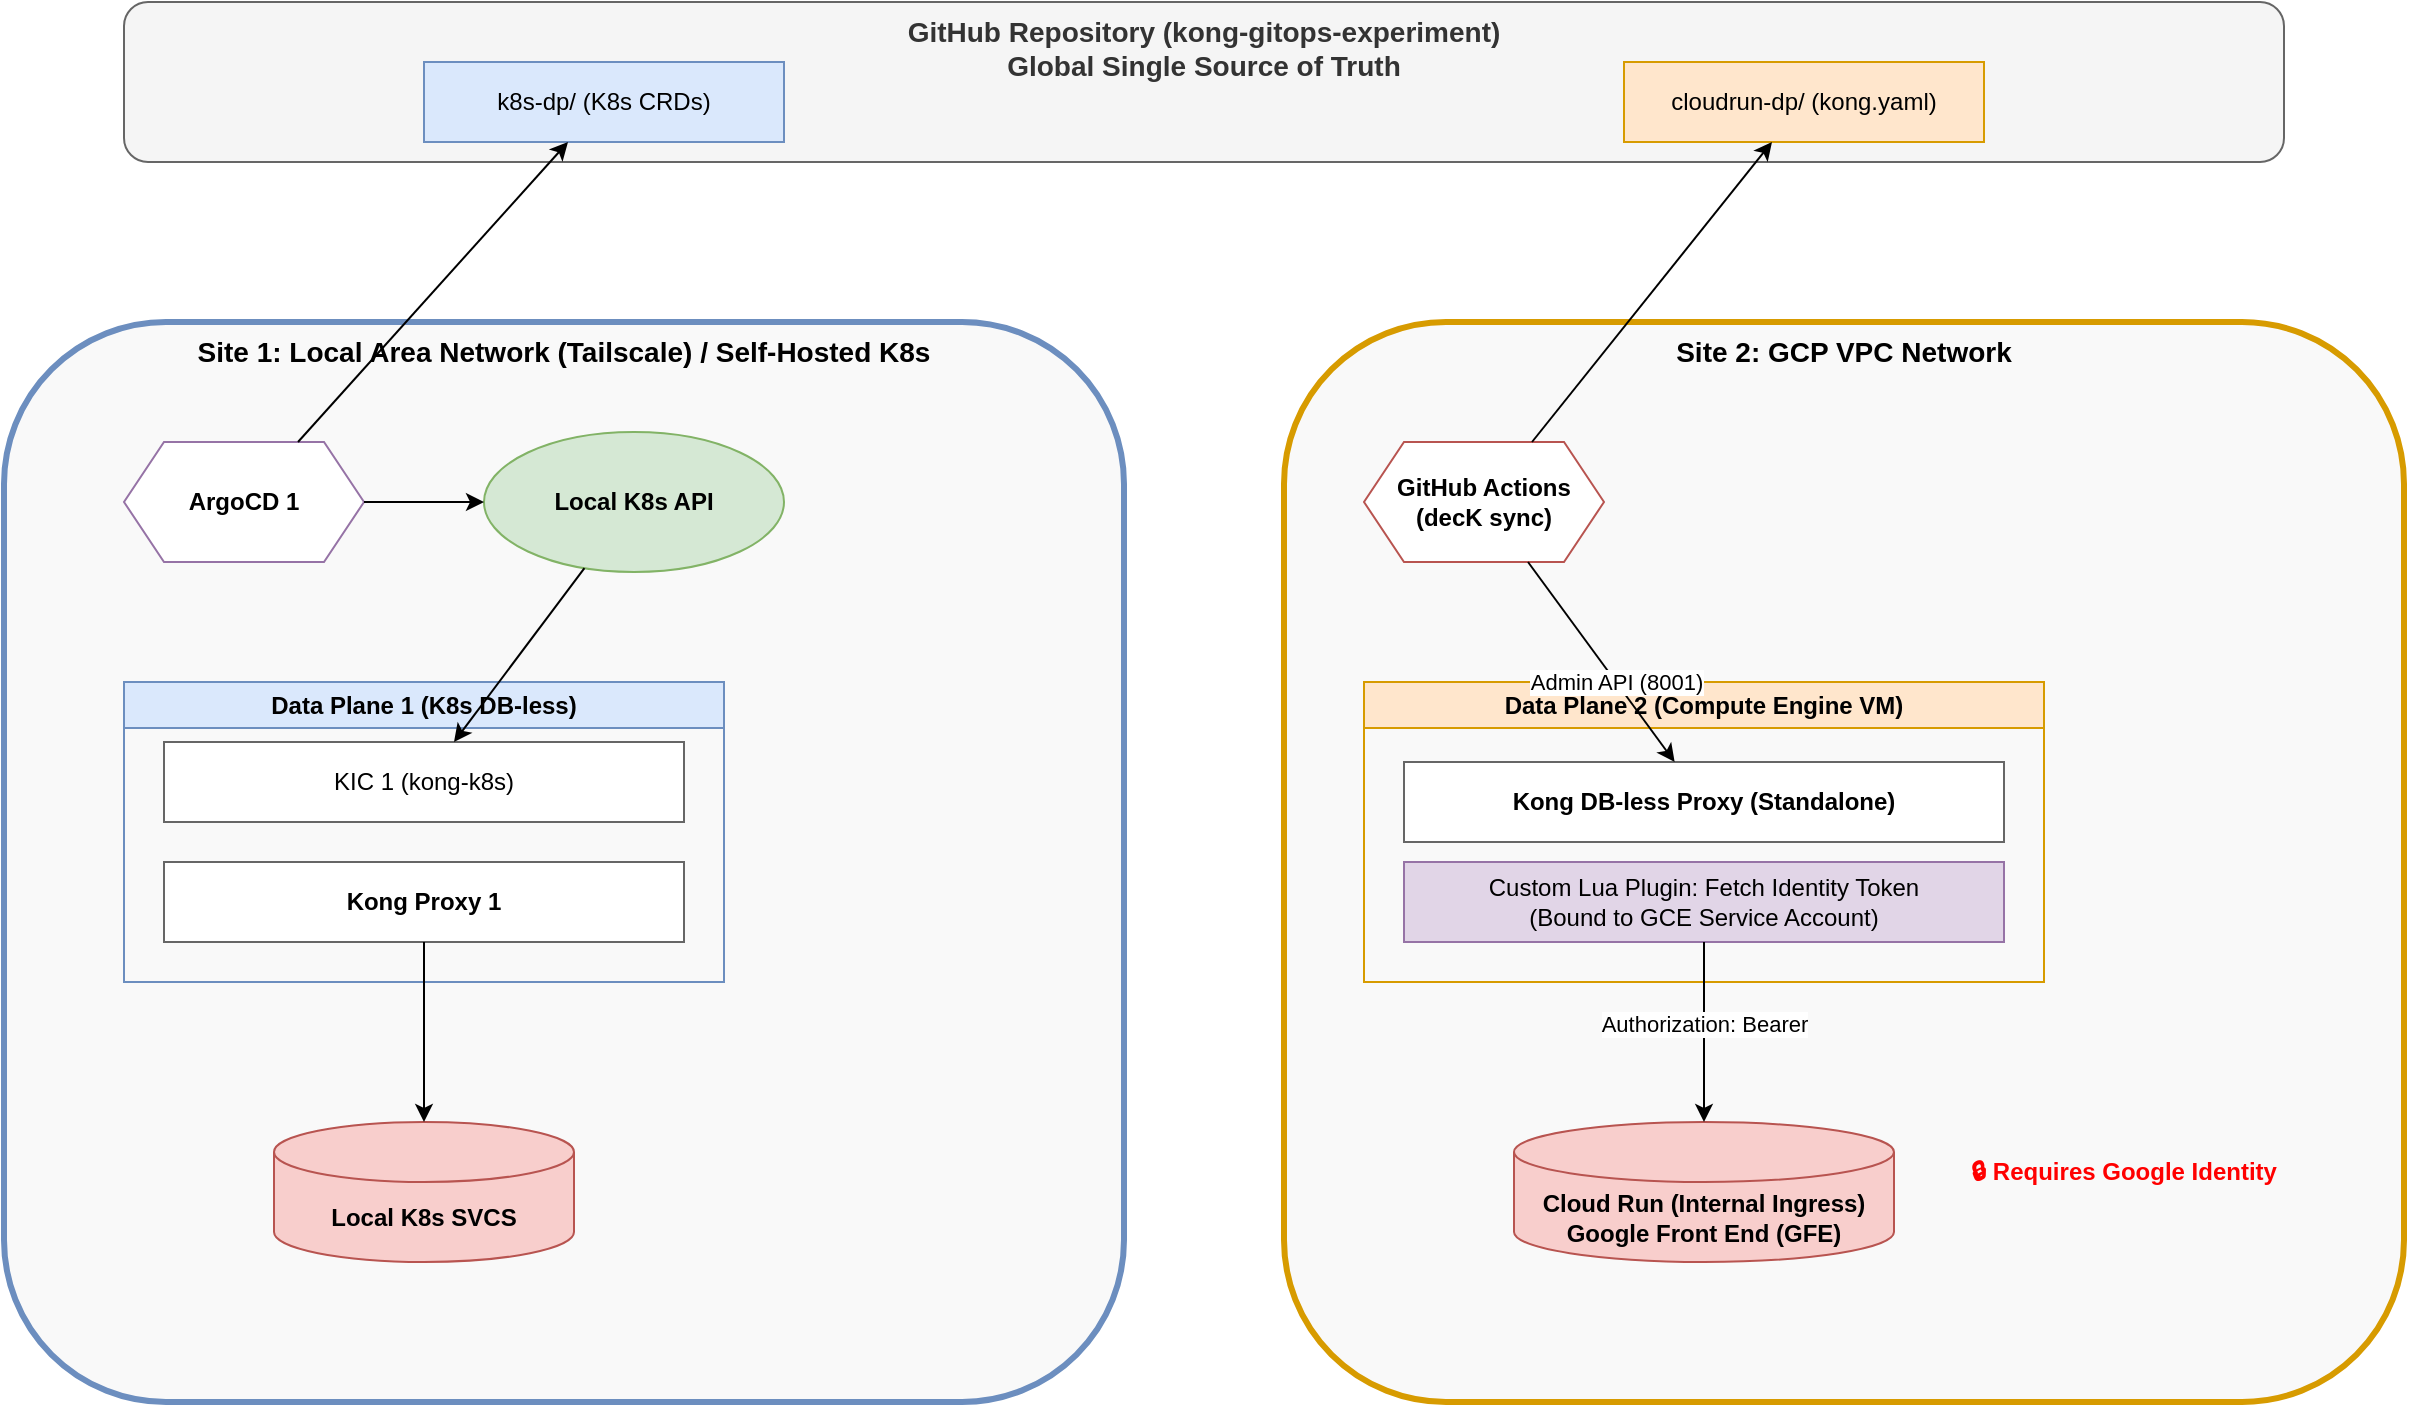
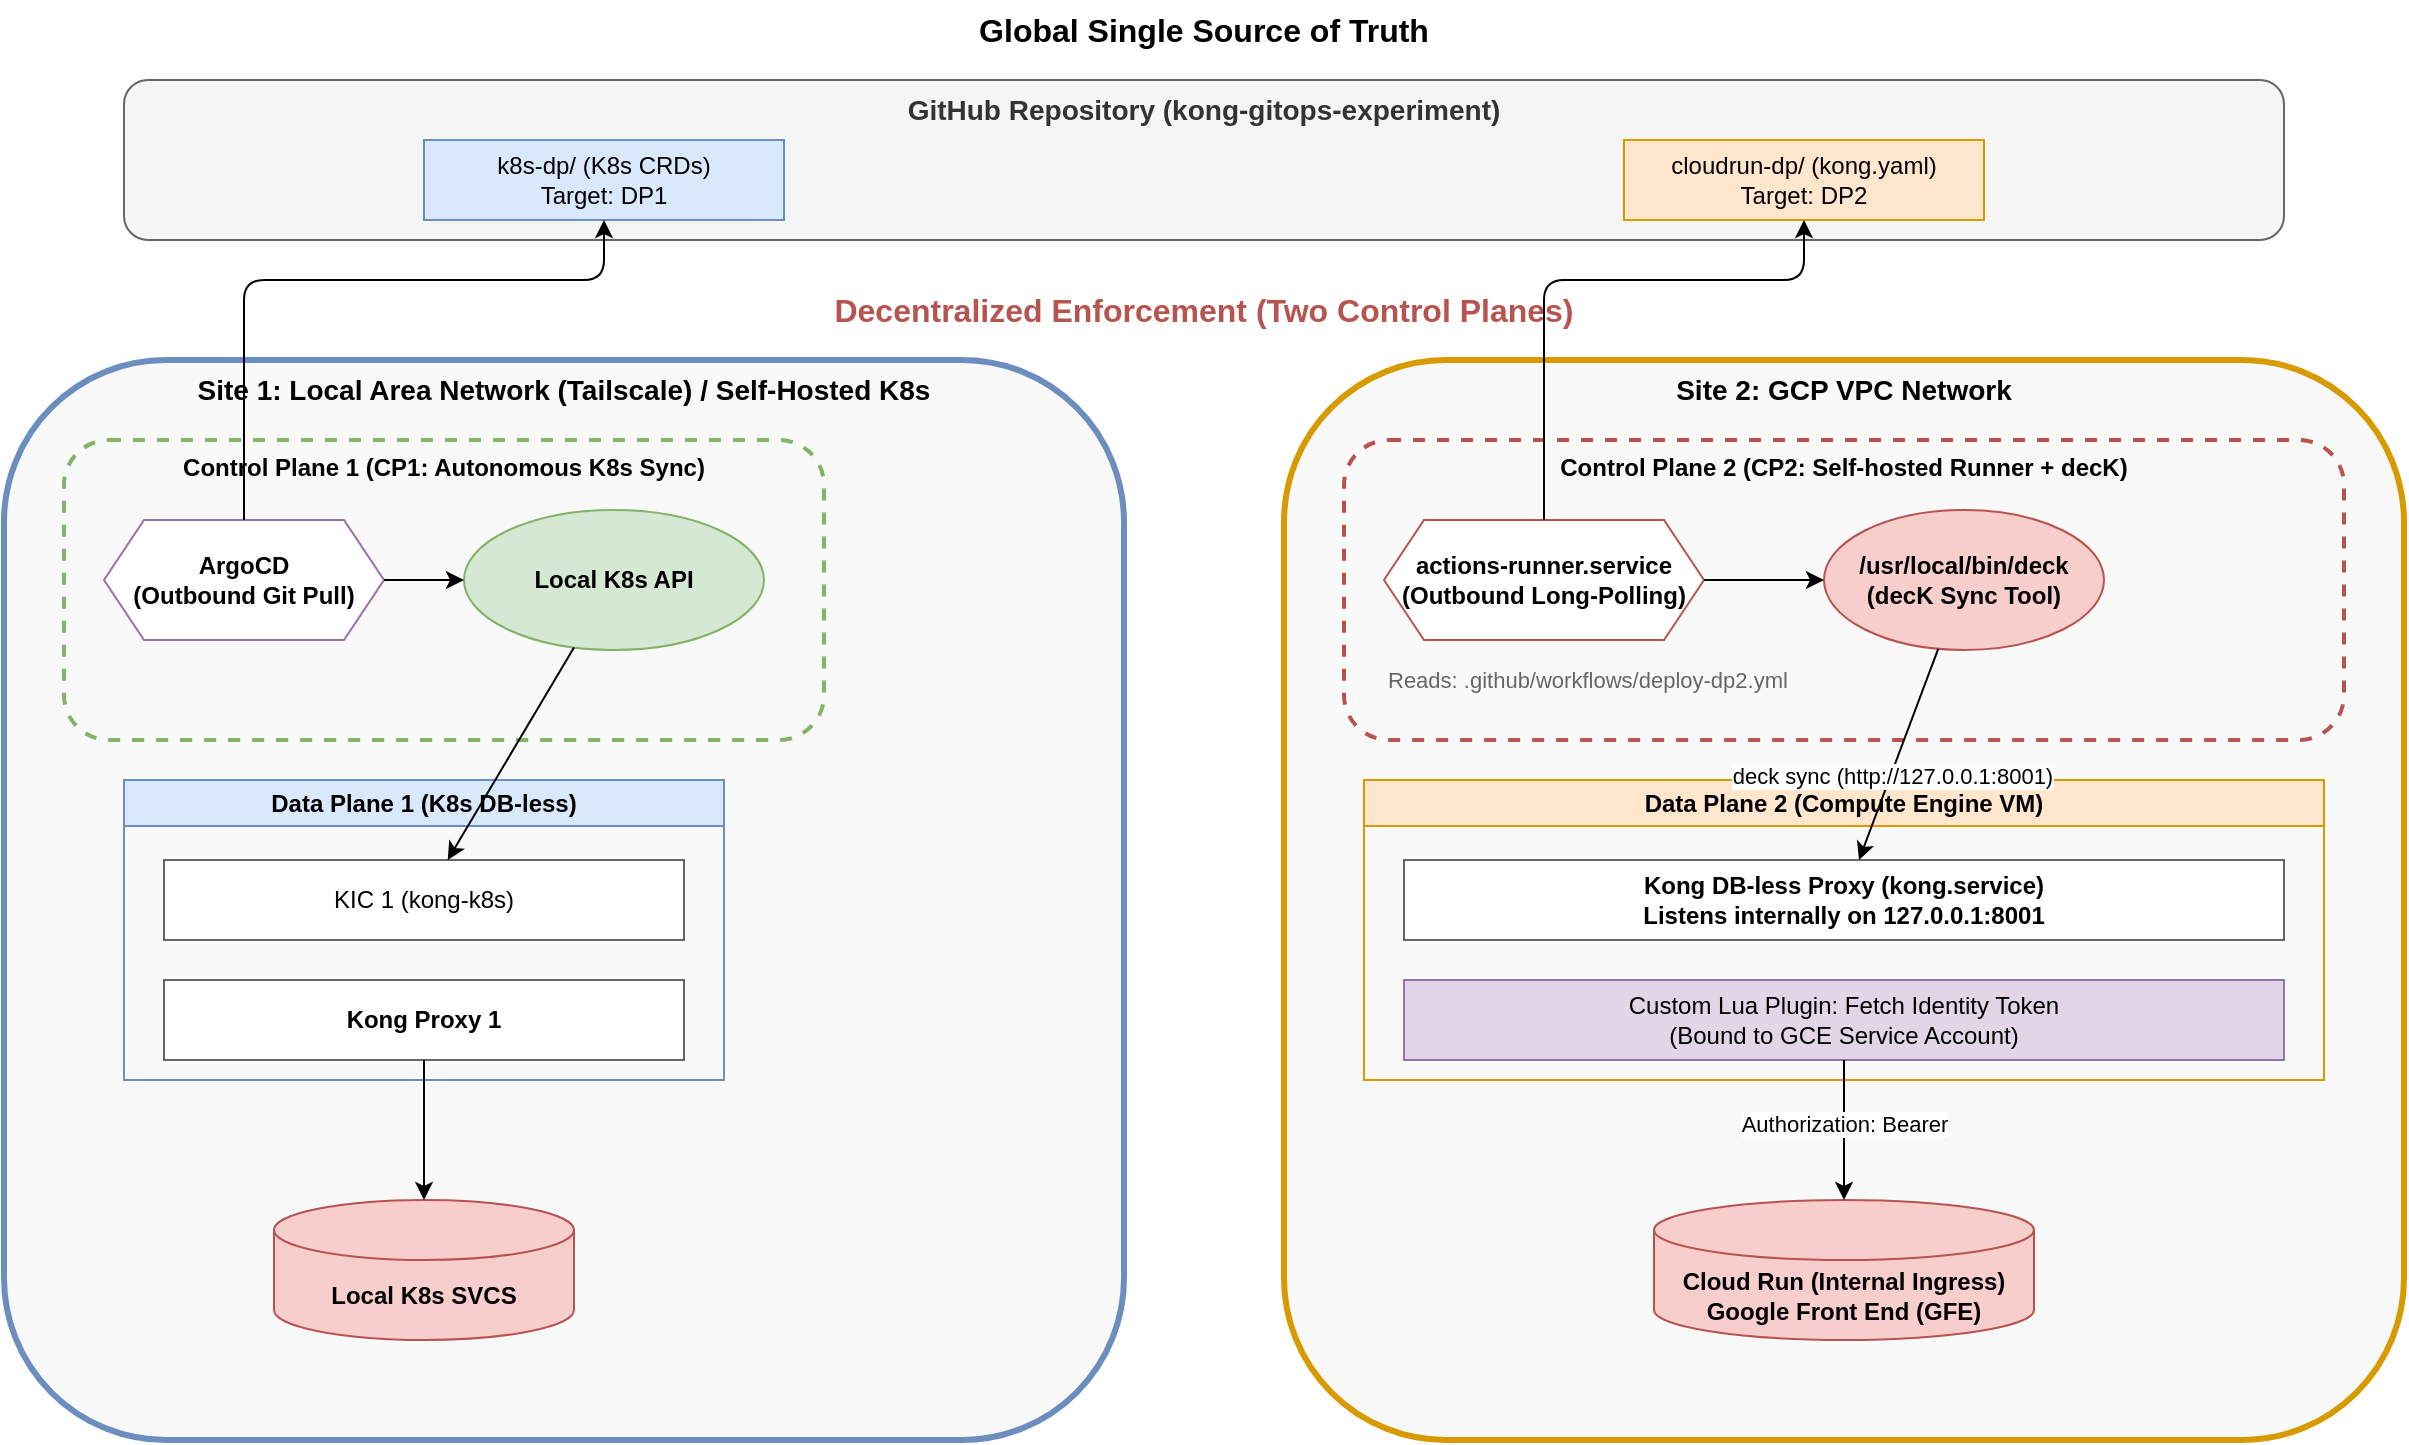
- <mxfile host="Electron" modified="2026-05-26T18:55:00.000Z" agent="Mozilla/5.0" version="22.1.2" type="device">
-   <diagram id="kong-gitops-vm-architecture" name="Architecture">
+ <mxfile host="Electron" modified="2026-05-26T19:20:00.000Z" agent="Mozilla/5.0" version="22.1.2" type="device">
+   <diagram id="kong-gitops-cp-details" name="Architecture">
    <mxGraphModel dx="1434" dy="844" grid="1" gridSize="10" guides="1" tooltips="1" connect="1" arrows="1" fold="1" page="1" pageScale="1" pageWidth="1300" pageHeight="900" math="0" shadow="0">
      <root>
        <mxCell id="0" />
        <mxCell id="1" parent="0" />

-         <!-- GitHub Repo Box (External) -->
-         <mxCell id="github_repo" value="GitHub Repository (kong-gitops-experiment)&#10;Global Single Source of Truth" style="rounded=1;whiteSpace=wrap;html=1;fillColor=#f5f5f5;fontStyle=1;strokeColor=#666666;fontColor=#333333;verticalAlign=top;fontSize=14;" vertex="1" parent="1">
-           <mxGeometry x="100" y="20" width="1080" height="80" as="geometry" />
+         <!-- Global Truth -->
+         <mxCell id="global_truth" value="Global Single Source of Truth" style="text;html=1;strokeColor=none;fillColor=none;align=center;verticalAlign=middle;whiteSpace=wrap;rounded=0;fontStyle=1;fontSize=16;" vertex="1" parent="1">
+           <mxGeometry x="500" y="10" width="280" height="30" as="geometry" />
        </mxCell>

-         <mxCell id="github_k8s_code" value="k8s-dp/ (K8s CRDs)" style="rounded=0;whiteSpace=wrap;html=1;fillColor=#dae8fc;strokeColor=#6c8ebf;" vertex="1" parent="1">
-           <mxGeometry x="250" y="50" width="180" height="40" as="geometry" />
+         <!-- GitHub Repo Box -->
+         <mxCell id="github_repo" value="GitHub Repository (kong-gitops-experiment)" style="rounded=1;whiteSpace=wrap;html=1;fillColor=#f5f5f5;fontStyle=1;strokeColor=#666666;fontColor=#333333;verticalAlign=top;fontSize=14;" vertex="1" parent="1">
+           <mxGeometry x="100" y="50" width="1080" height="80" as="geometry" />
        </mxCell>

-         <mxCell id="github_cr_code" value="cloudrun-dp/ (kong.yaml)" style="rounded=0;whiteSpace=wrap;html=1;fillColor=#ffe6cc;strokeColor=#d79b00;" vertex="1" parent="1">
-           <mxGeometry x="850" y="50" width="180" height="40" as="geometry" />
+         <mxCell id="github_k8s_code" value="k8s-dp/ (K8s CRDs)&#10;Target: DP1" style="rounded=0;whiteSpace=wrap;html=1;fillColor=#dae8fc;strokeColor=#6c8ebf;" vertex="1" parent="1">
+           <mxGeometry x="250" y="80" width="180" height="40" as="geometry" />
        </mxCell>

-         <!-- Tailscale LAN Area (Site 1) -->
-         <mxCell id="lan_cluster" value="Site 1: Local Area Network (Tailscale) / Self-Hosted K8s" style="rounded=1;whiteSpace=wrap;html=1;fillColor=#f9f9f9;strokeColor=#6c8ebf;strokeWidth=3;verticalAlign=top;fontStyle=1;fontSize=14;" vertex="1" parent="1">
-           <mxGeometry x="40" y="180" width="560" height="540" as="geometry" />
+         <mxCell id="github_cr_code" value="cloudrun-dp/ (kong.yaml)&#10;Target: DP2" style="rounded=0;whiteSpace=wrap;html=1;fillColor=#ffe6cc;strokeColor=#d79b00;" vertex="1" parent="1">
+           <mxGeometry x="850" y="80" width="180" height="40" as="geometry" />
        </mxCell>

-         <!-- GCP VPC Area (Site 2) -->
-         <mxCell id="gcp_vpc" value="Site 2: GCP VPC Network" style="rounded=1;whiteSpace=wrap;html=1;fillColor=#f9f9f9;strokeColor=#d79b00;strokeWidth=3;verticalAlign=top;fontStyle=1;fontSize=14;" vertex="1" parent="1">
-           <mxGeometry x="680" y="180" width="560" height="540" as="geometry" />
+         <!-- Decentralized Control Planes Header -->
+         <mxCell id="decentralized_label" value="Decentralized Enforcement (Two Control Planes)" style="text;html=1;strokeColor=none;fillColor=none;align=center;verticalAlign=middle;whiteSpace=wrap;rounded=0;fontStyle=1;fontSize=16;fontColor=#b85450;" vertex="1" parent="1">
+           <mxGeometry x="450" y="150" width="380" height="30" as="geometry" />
        </mxCell>

-         <!-- LAN ArgoCD & API -->
-         <mxCell id="lan_argocd" value="ArgoCD 1" style="shape=hexagon;perimeter=hexagonPerimeter2;whiteSpace=wrap;html=1;fixedSize=1;fillColor=#ffffff;strokeColor=#9673a6;fontStyle=1" vertex="1" parent="1">
-           <mxGeometry x="100" y="240" width="120" height="60" as="geometry" />
-         </mxCell>
-         <mxCell id="lan_api" value="Local K8s API" style="ellipse;whiteSpace=wrap;html=1;fillColor=#d5e8d4;strokeColor=#82b366;fontStyle=1" vertex="1" parent="1">
-           <mxGeometry x="280" y="235" width="150" height="70" as="geometry" />
+         <!-- Site 1: LAN -->
+         <mxCell id="lan_cluster" value="Site 1: Local Area Network (Tailscale) / Self-Hosted K8s" style="rounded=1;whiteSpace=wrap;html=1;fillColor=#f9f9f9;strokeColor=#6c8ebf;strokeWidth=3;verticalAlign=top;fontStyle=1;fontSize=14;" vertex="1" parent="1">
+           <mxGeometry x="40" y="190" width="560" height="540" as="geometry" />
        </mxCell>

-         <!-- GCP GitHub Actions & VM -->
-         <mxCell id="gh_actions" value="GitHub Actions&#10;(decK sync)" style="shape=hexagon;perimeter=hexagonPerimeter2;whiteSpace=wrap;html=1;fixedSize=1;fillColor=#ffffff;strokeColor=#b85450;fontStyle=1" vertex="1" parent="1">
-           <mxGeometry x="720" y="240" width="120" height="60" as="geometry" />
+         <!-- Site 2: GCP -->
+         <mxCell id="gcp_vpc" value="Site 2: GCP VPC Network" style="rounded=1;whiteSpace=wrap;html=1;fillColor=#f9f9f9;strokeColor=#d79b00;strokeWidth=3;verticalAlign=top;fontStyle=1;fontSize=14;" vertex="1" parent="1">
+           <mxGeometry x="680" y="190" width="560" height="540" as="geometry" />
+         </mxCell>
+ 
+         <!-- CP1 Box -->
+         <mxCell id="cp1_box" value="Control Plane 1 (CP1: Autonomous K8s Sync)" style="rounded=1;whiteSpace=wrap;html=1;fillColor=none;strokeColor=#82b366;strokeWidth=2;dashed=1;verticalAlign=top;fontStyle=1;" vertex="1" parent="1">
+           <mxGeometry x="70" y="230" width="380" height="150" as="geometry" />
+         </mxCell>
+         <mxCell id="lan_argocd" value="ArgoCD&#10;(Outbound Git Pull)" style="shape=hexagon;perimeter=hexagonPerimeter2;whiteSpace=wrap;html=1;fixedSize=1;fillColor=#ffffff;strokeColor=#9673a6;fontStyle=1" vertex="1" parent="cp1_box">
+           <mxGeometry x="20" y="40" width="140" height="60" as="geometry" />
+         </mxCell>
+         <mxCell id="lan_api" value="Local K8s API" style="ellipse;whiteSpace=wrap;html=1;fillColor=#d5e8d4;strokeColor=#82b366;fontStyle=1" vertex="1" parent="cp1_box">
+           <mxGeometry x="200" y="35" width="150" height="70" as="geometry" />
+         </mxCell>
+         <mxCell id="a2a1" edge="1" parent="cp1_box" source="lan_argocd" target="lan_api">
+           <mxGeometry relative="1" as="geometry" />
+         </mxCell>
+ 
+         <!-- CP2 Box -->
+         <mxCell id="cp2_box" value="Control Plane 2 (CP2: Self-hosted Runner + decK)" style="rounded=1;whiteSpace=wrap;html=1;fillColor=none;strokeColor=#b85450;strokeWidth=2;dashed=1;verticalAlign=top;fontStyle=1;" vertex="1" parent="1">
+           <mxGeometry x="710" y="230" width="500" height="150" as="geometry" />
+         </mxCell>
+         <mxCell id="gh_actions_runner" value="actions-runner.service&#10;(Outbound Long-Polling)" style="shape=hexagon;perimeter=hexagonPerimeter2;whiteSpace=wrap;html=1;fixedSize=1;fillColor=#ffffff;strokeColor=#b85450;fontStyle=1" vertex="1" parent="cp2_box">
+           <mxGeometry x="20" y="40" width="160" height="60" as="geometry" />
+         </mxCell>
+         <mxCell id="deck_tool" value="/usr/local/bin/deck&#10;(decK Sync Tool)" style="ellipse;whiteSpace=wrap;html=1;fillColor=#f8cecc;strokeColor=#b85450;fontStyle=1" vertex="1" parent="cp2_box">
+           <mxGeometry x="240" y="35" width="140" height="70" as="geometry" />
+         </mxCell>
+         <mxCell id="run2deck" edge="1" parent="cp2_box" source="gh_actions_runner" target="deck_tool">
+           <mxGeometry relative="1" as="geometry" />
+         </mxCell>
+         <mxCell id="cp2_desc" value="Reads: .github/workflows/deploy-dp2.yml" style="text;html=1;strokeColor=none;fillColor=none;align=left;verticalAlign=middle;whiteSpace=wrap;rounded=0;fontSize=11;fontColor=#666666;" vertex="1" parent="cp2_box">
+           <mxGeometry x="20" y="110" width="250" height="20" as="geometry" />
        </mxCell>

        <!-- DP1 (Local KIC) -->
        <mxCell id="dp1_box" value="Data Plane 1 (K8s DB-less)" style="swimlane;whiteSpace=wrap;html=1;fillColor=#dae8fc;strokeColor=#6c8ebf;fontStyle=1" vertex="1" parent="1">
-           <mxGeometry x="100" y="360" width="300" height="150" as="geometry" />
+           <mxGeometry x="100" y="400" width="300" height="150" as="geometry" />
        </mxCell>
        <mxCell id="kic1" value="KIC 1 (kong-k8s)" style="rounded=0;whiteSpace=wrap;html=1;fillColor=#ffffff;strokeColor=#666666;" vertex="1" parent="dp1_box">
-           <mxGeometry x="20" y="30" width="260" height="40" as="geometry" />
+           <mxGeometry x="20" y="40" width="260" height="40" as="geometry" />
        </mxCell>
        <mxCell id="proxy1" value="Kong Proxy 1" style="rounded=0;whiteSpace=wrap;html=1;fillColor=#ffffff;strokeColor=#666666;fontStyle=1" vertex="1" parent="dp1_box">
-           <mxGeometry x="20" y="90" width="260" height="40" as="geometry" />
+           <mxGeometry x="20" y="100" width="260" height="40" as="geometry" />
        </mxCell>

        <!-- DP2 (GCP VM) -->
        <mxCell id="dp2_box" value="Data Plane 2 (Compute Engine VM)" style="swimlane;whiteSpace=wrap;html=1;fillColor=#ffe6cc;strokeColor=#d79b00;fontStyle=1" vertex="1" parent="1">
-           <mxGeometry x="720" y="360" width="340" height="150" as="geometry" />
+           <mxGeometry x="720" y="400" width="480" height="150" as="geometry" />
        </mxCell>
-         <mxCell id="vm_kong" value="Kong DB-less Proxy (Standalone)" style="rounded=0;whiteSpace=wrap;html=1;fillColor=#ffffff;strokeColor=#666666;fontStyle=1" vertex="1" parent="dp2_box">
-           <mxGeometry x="20" y="40" width="300" height="40" as="geometry" />
+         <mxCell id="vm_kong" value="Kong DB-less Proxy (kong.service)&#10;Listens internally on 127.0.0.1:8001" style="rounded=0;whiteSpace=wrap;html=1;fillColor=#ffffff;strokeColor=#666666;fontStyle=1" vertex="1" parent="dp2_box">
+           <mxGeometry x="20" y="40" width="440" height="40" as="geometry" />
        </mxCell>
        <mxCell id="custom_plugin" value="Custom Lua Plugin: Fetch Identity Token&#10;(Bound to GCE Service Account)" style="rounded=0;whiteSpace=wrap;html=1;fillColor=#e1d5e7;strokeColor=#9673a6;fontStyle=0" vertex="1" parent="dp2_box">
-           <mxGeometry x="20" y="90" width="300" height="40" as="geometry" />
+           <mxGeometry x="20" y="100" width="440" height="40" as="geometry" />
        </mxCell>

        <!-- Upstreams -->
        <mxCell id="k8s_svc" value="Local K8s SVCS" style="shape=cylinder3;whiteSpace=wrap;html=1;boundedLbl=1;backgroundOutline=1;size=15;fillColor=#f8cecc;strokeColor=#b85450;fontStyle=1" vertex="1" parent="1">
-           <mxGeometry x="175" y="580" width="150" height="70" as="geometry" />
+           <mxGeometry x="175" y="610" width="150" height="70" as="geometry" />
        </mxCell>
        <mxCell id="cr_svc" value="Cloud Run (Internal Ingress)&#10;Google Front End (GFE)" style="shape=cylinder3;whiteSpace=wrap;html=1;boundedLbl=1;backgroundOutline=1;size=15;fillColor=#f8cecc;strokeColor=#b85450;fontStyle=1" vertex="1" parent="1">
-           <mxGeometry x="795" y="580" width="190" height="70" as="geometry" />
+           <mxGeometry x="865" y="610" width="190" height="70" as="geometry" />
        </mxCell>

        <!-- Connections -->
        <!-- Pulls -->
        <mxCell id="pull1" edge="1" parent="1" source="lan_argocd" target="github_k8s_code">
-           <mxGeometry relative="1" as="geometry" />
+           <mxGeometry relative="1" as="geometry">
+             <Array as="points">
+               <mxPoint x="160" y="150" />
+               <mxPoint x="340" y="150" />
+             </Array>
+           </mxGeometry>
        </mxCell>
-         <mxCell id="pull2" edge="1" parent="1" source="gh_actions" target="github_cr_code">
-           <mxGeometry relative="1" as="geometry" />
+         <mxCell id="pull2" edge="1" parent="1" source="gh_actions_runner" target="github_cr_code">
+           <mxGeometry relative="1" as="geometry">
+             <Array as="points">
+               <mxPoint x="810" y="150" />
+               <mxPoint x="940" y="150" />
+             </Array>
+           </mxGeometry>
        </mxCell>
-         <!-- Argo to API -->
-         <mxCell id="a2a1" edge="1" parent="1" source="lan_argocd" target="lan_api">
-           <mxGeometry relative="1" as="geometry" />
-         </mxCell>
+ 
        <!-- API to KIC -->
        <mxCell id="ap2k1" edge="1" parent="1" source="lan_api" target="kic1">
          <mxGeometry relative="1" as="geometry" />
        </mxCell>
        <!-- decK to VM Admin API -->
-         <mxCell id="deck_to_vm" edge="1" parent="1" source="gh_actions" target="vm_kong">
+         <mxCell id="deck_to_vm" edge="1" parent="1" source="deck_tool" target="vm_kong">
          <mxGeometry relative="1" as="geometry" />
        </mxCell>
-         <mxCell id="label_deck" value="Admin API (8001)" style="edgeLabel;html=1;align=center;verticalAlign=middle;resizable=0;points=[];" vertex="1" connectable="0" parent="deck_to_vm">
+         <mxCell id="label_deck" value="deck sync (http://127.0.0.1:8001)" style="edgeLabel;html=1;align=center;verticalAlign=middle;resizable=0;points=[];" vertex="1" connectable="0" parent="deck_to_vm">
          <mxGeometry x="0.2" relative="1" as="geometry">
            <mxPoint as="offset" />
          </mxGeometry>
        </mxCell>

        <!-- Routing -->
        <mxCell id="rt1" edge="1" parent="1" source="proxy1" target="k8s_svc">
          <mxGeometry relative="1" as="geometry" />
        </mxCell>
        <mxCell id="rt2" edge="1" parent="1" source="custom_plugin" target="cr_svc">
          <mxGeometry relative="1" as="geometry" />
        </mxCell>
        <mxCell id="label_auth" value="Authorization: Bearer &lt;ID_TOKEN&gt;" style="edgeLabel;html=1;align=center;verticalAlign=middle;resizable=0;points=[];" vertex="1" connectable="0" parent="rt2">
          <mxGeometry x="-0.1" relative="1" as="geometry">
            <mxPoint as="offset" />
          </mxGeometry>
        </mxCell>

-         <!-- Lock icon on Cloud Run -->
-         <mxCell id="lock_label" value="🔒 Requires Google Identity" style="text;html=1;strokeColor=none;fillColor=none;align=center;verticalAlign=middle;whiteSpace=wrap;rounded=0;fontColor=#ff0000;fontStyle=1" vertex="1" parent="1">
-           <mxGeometry x="1000" y="590" width="200" height="30" as="geometry" />
-         </mxCell>
- 
      </root>
    </mxGraphModel>
  </diagram>
</mxfile>
